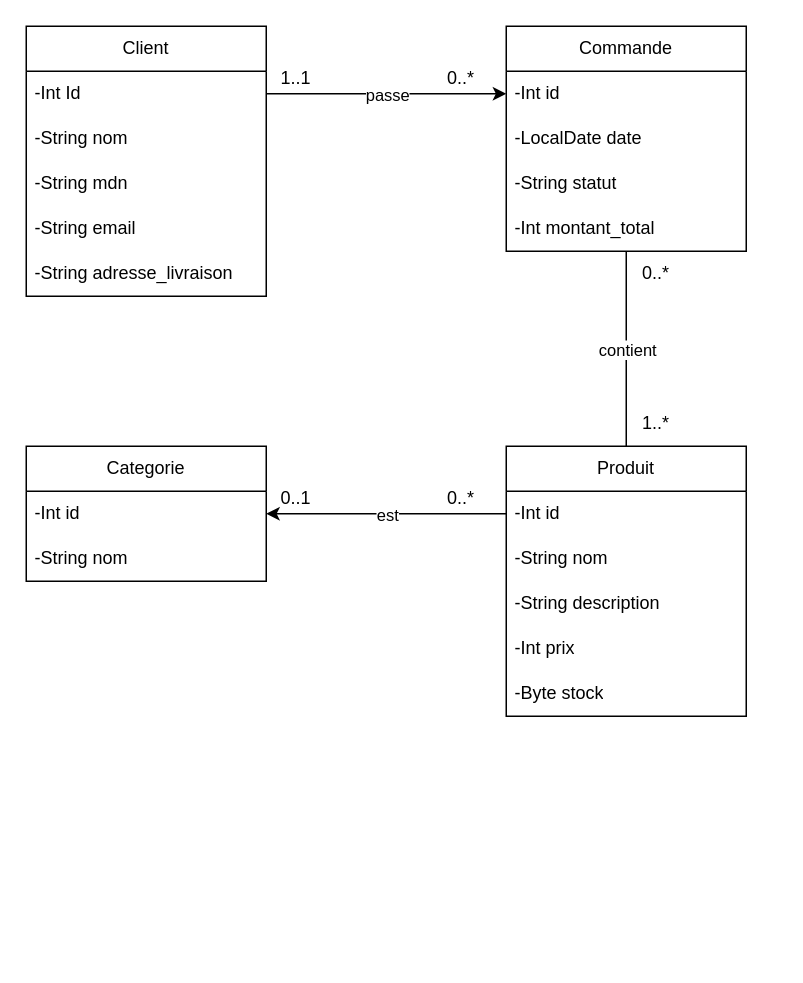
jgruber06/magasin keeps this draw.io diagram as Diagramme/UML.drawio. Above is the earlier version. Source tidied: cells renumbered, new cells numbered last; positions are measured from the earlier drawing's top-left corner, leaving out a move shared by most shapes. Both pictures are drawn from the tidied source at 150%, with x=0, y=0 at pixel (26, 26).
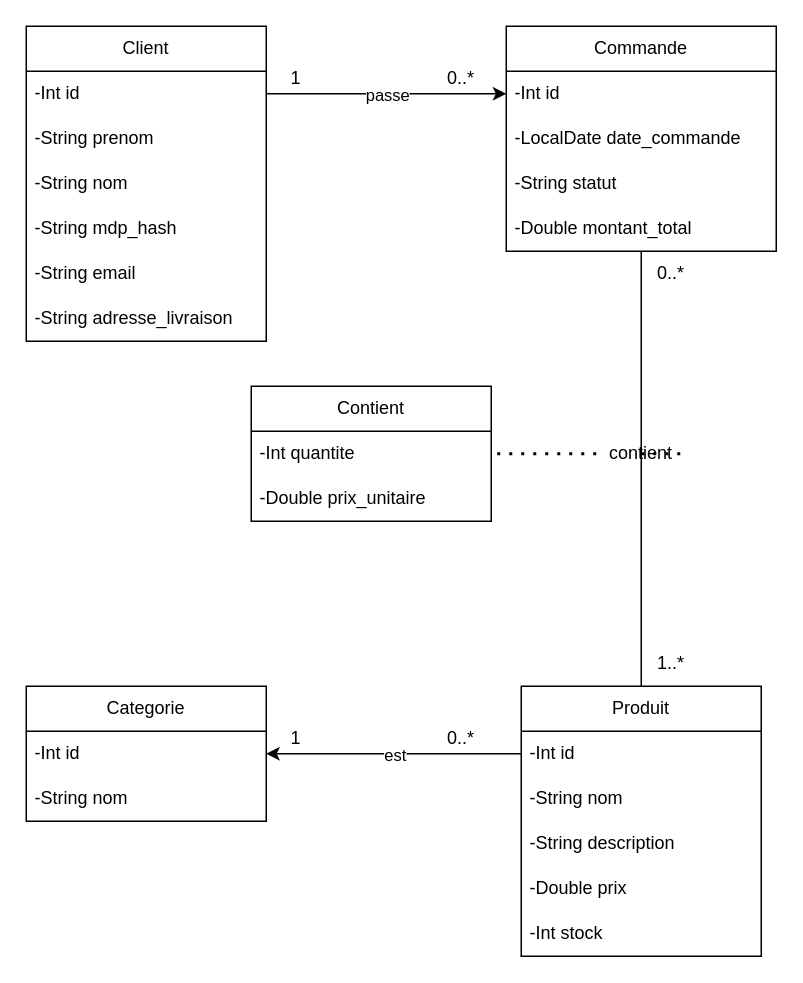
The same diagram, later.

Unchanged cells that the change refers to:
```xml
<mxCell id="24" style="endArrow=none;html=1;rounded=0;exitX=0.5;exitY=1;exitDx=0;exitDy=0;entryX=0.5;entryY=0;entryDx=0;entryDy=0;endFill=0;" parent="1" edge="1" source="8" target="13">
  <mxGeometry relative="1" as="geometry" />
</mxCell>
```

What changed in the source:
```diff
@@
     <mxCell id="2" value="Client" style="swimlane;fontStyle=0;horizontal=1;startSize=30;whiteSpace=wrap;html=1;" parent="1" vertex="1">
-      <mxGeometry width="160" height="180" as="geometry" />
+      <mxGeometry width="160" height="210" as="geometry" />
     </mxCell>
-    <mxCell id="3" value="-Int Id" style="text;strokeColor=none;fillColor=none;align=left;verticalAlign=middle;spacingLeft=4;spacingRight=4;overflow=hidden;points=[[0,0.5],[1,0.5]];portConstraint=eastwest;whiteSpace=wrap;html=1;" parent="2" vertex="1">
+    <mxCell id="3" value="-Int id" style="text;strokeColor=none;fillColor=none;align=left;verticalAlign=middle;spacingLeft=4;spacingRight=4;overflow=hidden;points=[[0,0.5],[1,0.5]];portConstraint=eastwest;whiteSpace=wrap;html=1;" parent="2" vertex="1">
       <mxGeometry y="30" width="160" height="30" as="geometry" />
     </mxCell>
-    <mxCell id="4" value="-String nom" style="text;strokeColor=none;fillColor=none;align=left;verticalAlign=middle;spacingLeft=4;spacingRight=4;overflow=hidden;whiteSpace=wrap;html=1;" parent="2" vertex="1">
+    <mxCell id="4" value="-String prenom" style="text;strokeColor=none;fillColor=none;align=left;verticalAlign=middle;spacingLeft=4;spacingRight=4;overflow=hidden;whiteSpace=wrap;html=1;" parent="2" vertex="1">
       <mxGeometry y="60" width="160" height="30" as="geometry" />
     </mxCell>
+    <mxCell id="34" value="-String nom" style="text;strokeColor=none;fillColor=none;align=left;verticalAlign=middle;spacingLeft=4;spacingRight=4;overflow=hidden;whiteSpace=wrap;html=1;" parent="2" vertex="1">
+      <mxGeometry y="90" width="160" height="30" as="geometry" />
+    </mxCell>
-    <mxCell id="5" value="-String mdn" style="text;strokeColor=none;fillColor=none;align=left;verticalAlign=middle;spacingLeft=4;spacingRight=4;overflow=hidden;whiteSpace=wrap;html=1;" parent="2" vertex="1">
-      <mxGeometry y="90" width="160" height="30" as="geometry" />
+    <mxCell id="5" value="-String mdp_hash" style="text;strokeColor=none;fillColor=none;align=left;verticalAlign=middle;spacingLeft=4;spacingRight=4;overflow=hidden;whiteSpace=wrap;html=1;" parent="2" vertex="1">
+      <mxGeometry y="120" width="160" height="30" as="geometry" />
     </mxCell>
     <mxCell id="6" value="-String email" style="text;strokeColor=none;fillColor=none;align=left;verticalAlign=middle;spacingLeft=4;spacingRight=4;overflow=hidden;whiteSpace=wrap;html=1;" parent="2" vertex="1">
-      <mxGeometry y="120" width="160" height="30" as="geometry" />
+      <mxGeometry y="150" width="160" height="30" as="geometry" />
     </mxCell>
     <mxCell id="7" value="-String adresse_livraison" style="text;strokeColor=none;fillColor=none;align=left;verticalAlign=middle;spacingLeft=4;spacingRight=4;overflow=hidden;whiteSpace=wrap;html=1;" parent="2" vertex="1">
-      <mxGeometry y="150" width="160" height="30" as="geometry" />
+      <mxGeometry y="180" width="160" height="30" as="geometry" />
     </mxCell>
     <mxCell id="8" value="Commande" style="swimlane;fontStyle=0;horizontal=1;startSize=30;whiteSpace=wrap;html=1;" parent="1" vertex="1">
-      <mxGeometry x="320" width="160" height="150" as="geometry" />
+      <mxGeometry x="320" width="180" height="150" as="geometry" />
     </mxCell>
     <mxCell id="9" value="-Int id" style="text;strokeColor=none;fillColor=none;align=left;verticalAlign=middle;spacingLeft=4;spacingRight=4;overflow=hidden;points=[[0,0.5],[1,0.5]];portConstraint=eastwest;whiteSpace=wrap;html=1;" parent="8" vertex="1">
-      <mxGeometry y="30" width="160" height="30" as="geometry" />
+      <mxGeometry y="30" width="180" height="30" as="geometry" />
     </mxCell>
-    <mxCell id="10" value="-LocalDate date" style="text;strokeColor=none;fillColor=none;align=left;verticalAlign=middle;spacingLeft=4;spacingRight=4;overflow=hidden;whiteSpace=wrap;html=1;" parent="8" vertex="1">
-      <mxGeometry y="60" width="160" height="30" as="geometry" />
+    <mxCell id="10" value="-LocalDate date_commande" style="text;strokeColor=none;fillColor=none;align=left;verticalAlign=middle;spacingLeft=4;spacingRight=4;overflow=hidden;whiteSpace=wrap;html=1;" parent="8" vertex="1">
+      <mxGeometry y="60" width="180" height="30" as="geometry" />
     </mxCell>
     <mxCell id="11" value="-String statut" style="text;strokeColor=none;fillColor=none;align=left;verticalAlign=middle;spacingLeft=4;spacingRight=4;overflow=hidden;whiteSpace=wrap;html=1;" parent="8" vertex="1">
-      <mxGeometry y="90" width="160" height="30" as="geometry" />
+      <mxGeometry y="90" width="180" height="30" as="geometry" />
     </mxCell>
-    <mxCell id="12" value="-Int montant_total" style="text;strokeColor=none;fillColor=none;align=left;verticalAlign=middle;spacingLeft=4;spacingRight=4;overflow=hidden;whiteSpace=wrap;html=1;" parent="8" vertex="1">
-      <mxGeometry y="120" width="160" height="30" as="geometry" />
+    <mxCell id="12" value="-Double montant_total" style="text;strokeColor=none;fillColor=none;align=left;verticalAlign=middle;spacingLeft=4;spacingRight=4;overflow=hidden;whiteSpace=wrap;html=1;" parent="8" vertex="1">
+      <mxGeometry y="120" width="180" height="30" as="geometry" />
     </mxCell>
     <mxCell id="13" value="Produit" style="swimlane;fontStyle=0;horizontal=1;startSize=30;whiteSpace=wrap;html=1;" parent="1" vertex="1">
-      <mxGeometry x="320" y="280" width="160" height="180" as="geometry" />
+      <mxGeometry x="330" y="440" width="160" height="180" as="geometry" />
     </mxCell>
@@
-    <mxCell id="17" value="-Int prix" style="text;strokeColor=none;fillColor=none;align=left;verticalAlign=middle;spacingLeft=4;spacingRight=4;overflow=hidden;whiteSpace=wrap;html=1;" parent="13" vertex="1">
+    <mxCell id="17" value="-Double prix" style="text;strokeColor=none;fillColor=none;align=left;verticalAlign=middle;spacingLeft=4;spacingRight=4;overflow=hidden;whiteSpace=wrap;html=1;" parent="13" vertex="1">
       <mxGeometry y="120" width="160" height="30" as="geometry" />
     </mxCell>
-    <mxCell id="18" value="-Byte stock" style="text;strokeColor=none;fillColor=none;align=left;verticalAlign=middle;spacingLeft=4;spacingRight=4;overflow=hidden;whiteSpace=wrap;html=1;" parent="13" vertex="1">
+    <mxCell id="18" value="-Int stock" style="text;strokeColor=none;fillColor=none;align=left;verticalAlign=middle;spacingLeft=4;spacingRight=4;overflow=hidden;whiteSpace=wrap;html=1;" parent="13" vertex="1">
       <mxGeometry y="150" width="160" height="30" as="geometry" />
     </mxCell>
     <mxCell id="19" value="Categorie" style="swimlane;fontStyle=0;horizontal=1;startSize=30;whiteSpace=wrap;html=1;" parent="1" vertex="1">
-      <mxGeometry y="280" width="160" height="90" as="geometry" />
+      <mxGeometry y="440" width="160" height="90" as="geometry" />
     </mxCell>
@@
-    <mxCell id="25" value="contient" style="edgeLabel;html=1;align=center;verticalAlign=middle;" parent="24" vertex="1">
-      <mxGeometry relative="1" as="geometry" />
-    </mxCell>
@@
-    <mxCell id="28" value="1..1" style="text;html=1;whiteSpace=wrap;strokeColor=none;fillColor=none;align=center;verticalAlign=middle;rounded=0;" parent="1" vertex="1">
+    <mxCell id="28" value="1" style="text;html=1;whiteSpace=wrap;strokeColor=none;fillColor=none;align=center;verticalAlign=middle;rounded=0;" parent="1" vertex="1">
       <mxGeometry x="150" y="20" width="60" height="30" as="geometry" />
     </mxCell>
@@
     <mxCell id="30" value="0..*" style="text;html=1;whiteSpace=wrap;strokeColor=none;fillColor=none;align=center;verticalAlign=middle;rounded=0;" parent="1" vertex="1">
-      <mxGeometry x="390" y="150" width="60" height="30" as="geometry" />
+      <mxGeometry x="400" y="150" width="60" height="30" as="geometry" />
     </mxCell>
     <mxCell id="31" value="0..*" style="text;html=1;whiteSpace=wrap;strokeColor=none;fillColor=none;align=center;verticalAlign=middle;rounded=0;" parent="1" vertex="1">
-      <mxGeometry x="260" y="300" width="60" height="30" as="geometry" />
+      <mxGeometry x="260" y="460" width="60" height="30" as="geometry" />
     </mxCell>
     <mxCell id="32" value="1..*" style="text;html=1;whiteSpace=wrap;strokeColor=none;fillColor=none;align=center;verticalAlign=middle;rounded=0;" parent="1" vertex="1">
-      <mxGeometry x="390" y="250" width="60" height="30" as="geometry" />
+      <mxGeometry x="400" y="410" width="60" height="30" as="geometry" />
     </mxCell>
-    <mxCell id="33" value="0..1" style="text;html=1;whiteSpace=wrap;strokeColor=none;fillColor=none;align=center;verticalAlign=middle;rounded=0;" parent="1" vertex="1">
-      <mxGeometry x="150" y="300" width="60" height="30" as="geometry" />
+    <mxCell id="33" value="1" style="text;html=1;whiteSpace=wrap;strokeColor=none;fillColor=none;align=center;verticalAlign=middle;rounded=0;" parent="1" vertex="1">
+      <mxGeometry x="150" y="460" width="60" height="30" as="geometry" />
     </mxCell>
+    <mxCell id="35" value="Contient" style="swimlane;fontStyle=0;horizontal=1;startSize=30;whiteSpace=wrap;html=1;" parent="1" vertex="1">
+      <mxGeometry x="150" y="240" width="160" height="90" as="geometry" />
+    </mxCell>
+    <mxCell id="36" value="-Int quantite" style="text;strokeColor=none;fillColor=none;align=left;verticalAlign=middle;spacingLeft=4;spacingRight=4;overflow=hidden;whiteSpace=wrap;html=1;" parent="35" vertex="1">
+      <mxGeometry y="30" width="160" height="30" as="geometry" />
+    </mxCell>
+    <mxCell id="37" value="-Double prix_unitaire" style="text;strokeColor=none;fillColor=none;align=left;verticalAlign=middle;spacingLeft=4;spacingRight=4;overflow=hidden;whiteSpace=wrap;html=1;" parent="35" vertex="1">
+      <mxGeometry y="60" width="160" height="30" as="geometry" />
+    </mxCell>
+    <mxCell id="38" style="endArrow=none;dashed=1;html=1;dashPattern=1 3;strokeWidth=2;rounded=0;entryX=1;entryY=0.5;entryDx=0;entryDy=0;" parent="1" edge="1" source="25" target="35">
+      <mxGeometry relative="1" as="geometry" />
+    </mxCell>
+    <mxCell id="39" style="endArrow=none;dashed=1;html=1;dashPattern=1 3;strokeWidth=2;rounded=0;entryX=1;entryY=0.5;entryDx=0;entryDy=0;" parent="1" edge="1" target="25">
+      <mxGeometry relative="1" as="geometry">
+        <mxPoint x="410" y="285" as="sourcePoint" />
+      </mxGeometry>
+    </mxCell>
+    <mxCell id="25" value="contient" style="text;html=1;whiteSpace=wrap;strokeColor=none;fillColor=none;align=center;verticalAlign=middle;rounded=0;" parent="1" vertex="1">
+      <mxGeometry x="380" y="270" width="60" height="30" as="geometry" />
+    </mxCell>
```
